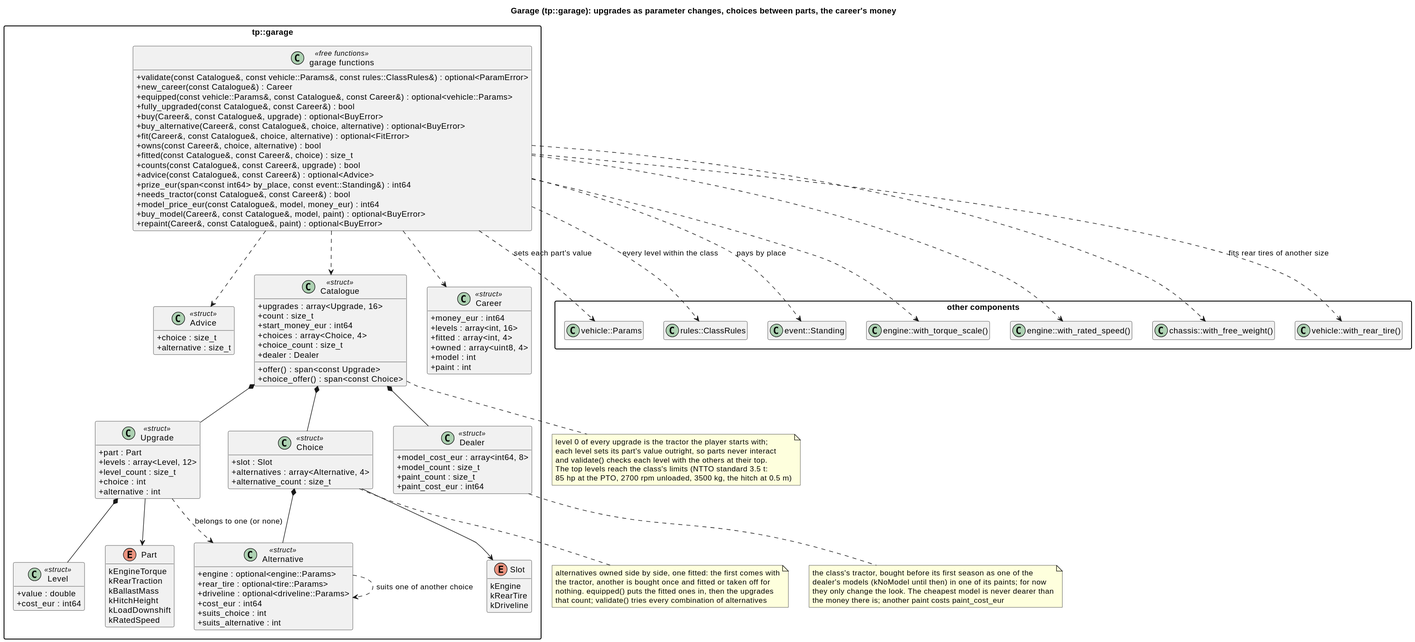
Above: docs/diagrams/svg/garage_classes.svg in wversteeg/TractorPulling (PlantUML), before the change. Source of this version:
```plantuml
@startuml
title Garage (tp::garage): upgrades as parameter changes, choices between parts, the career's money
hide empty members
skinparam packageStyle rectangle
skinparam classAttributeIconSize 0

package "other components" {
  class "vehicle::Params" as Tractor
  class "rules::ClassRules" as ClassRules
  class "event::Standing" as EventStanding
  class "engine::with_torque_scale()" as TorqueScale
  class "engine::with_rated_speed()" as RatedSpeed
  class "chassis::with_free_weight()" as BallastMass
  class "vehicle::with_rear_tire()" as RearTire
}

package "tp::garage" {
  enum Part {
    kEngineTorque
    kRearTraction
    kBallastMass
    kHitchHeight
    kLoadDownshift
    kRatedSpeed
  }
  class Level <<struct>> {
    +value : double
    +cost_eur : int64
  }
  class Upgrade <<struct>> {
    +part : Part
    +levels : array<Level, 12>
    +level_count : size_t
    +choice : int
    +alternative : int
  }
  enum Slot {
    kEngine
    kRearTire
    kDriveline
  }
  class Alternative <<struct>> {
    +engine : optional<engine::Params>
    +rear_tire : optional<tire::Params>
    +driveline : optional<driveline::Params>
    +cost_eur : int64
    +suits_choice : int
    +suits_alternative : int
  }
  class Advice <<struct>> {
    +choice : size_t
    +alternative : size_t
  }
  class Choice <<struct>> {
    +slot : Slot
    +alternatives : array<Alternative, 4>
    +alternative_count : size_t
  }
  class Dealer <<struct>> {
    +model_cost_eur : array<int64, 8>
    +model_count : size_t
    +paint_count : size_t
    +paint_cost_eur : int64
  }
  class Catalogue <<struct>> {
    +upgrades : array<Upgrade, 16>
    +count : size_t
    +start_money_eur : int64
    +choices : array<Choice, 4>
    +choice_count : size_t
    +dealer : Dealer
    +offer() : span<const Upgrade>
    +choice_offer() : span<const Choice>
  }
  class Career <<struct>> {
    +money_eur : int64
    +levels : array<int, 16>
    +fitted : array<int, 4>
    +owned : array<uint8, 4>
    +model : int
    +paint : int
  }
  class "garage functions" as GarageFns <<free functions>> {
    +validate(const Catalogue&, const vehicle::Params&, const rules::ClassRules&) : optional<ParamError>
    +new_career(const Catalogue&) : Career
    +equipped(const vehicle::Params&, const Catalogue&, const Career&) : optional<vehicle::Params>
    +fully_upgraded(const Catalogue&, const Career&) : bool
    +buy(Career&, const Catalogue&, upgrade) : optional<BuyError>
    +buy_alternative(Career&, const Catalogue&, choice, alternative) : optional<BuyError>
    +fit(Career&, const Catalogue&, choice, alternative) : optional<FitError>
    +owns(const Career&, choice, alternative) : bool
    +fitted(const Catalogue&, const Career&, choice) : size_t
    +counts(const Catalogue&, const Career&, upgrade) : bool
    +advice(const Catalogue&, const Career&) : optional<Advice>
    +prize_eur(span<const int64> by_place, const event::Standing&) : int64
    +needs_tractor(const Catalogue&, const Career&) : bool
    +model_price_eur(const Catalogue&, model, money_eur) : int64
    +buy_model(Career&, const Catalogue&, model, paint) : optional<BuyError>
    +repaint(Career&, const Catalogue&, paint) : optional<BuyError>
  }
  Catalogue *-- Upgrade
  Catalogue *-- Choice
  Catalogue *-- Dealer
  Choice *-- Alternative
  Choice --> Slot
  Upgrade *-- Level
  Upgrade --> Part
  Upgrade ..> Alternative : belongs to one (or none)
  Alternative ..> Alternative : suits one of another choice
  GarageFns ..> Advice
  GarageFns ..> Catalogue
  GarageFns ..> Career
}
GarageFns ..> Tractor : sets each part's value
GarageFns ..> ClassRules : every level within the class
GarageFns ..> EventStanding : pays by place
GarageFns ..> TorqueScale
GarageFns ..> RatedSpeed
GarageFns ..> BallastMass
GarageFns ..> RearTire : fits rear tires of another size
note bottom of Catalogue
  level 0 of every upgrade is the tractor the player starts with;
  each level sets its part's value outright, so parts never interact
  and validate() checks each level with the others at their top.
  The top levels reach the class's limits (NTTO standard 3.5 t:
  85 hp at the PTO, 2700 rpm unloaded, 3500 kg, the hitch at 0.5 m)
end note
note bottom of Dealer
  the class's tractor, bought before its first season as one of the
  dealer's models (kNoModel until then) in one of its paints; for now
  they only change the look. The cheapest model is never dearer than
  the money there is; another paint costs paint_cost_eur
end note
note bottom of Choice
  alternatives owned side by side, one fitted: the first comes with
  the tractor, another is bought once and fitted or taken off for
  nothing. equipped() puts the fitted ones in, then the upgrades
  that count; validate() tries every combination of alternatives
end note
@enduml
```
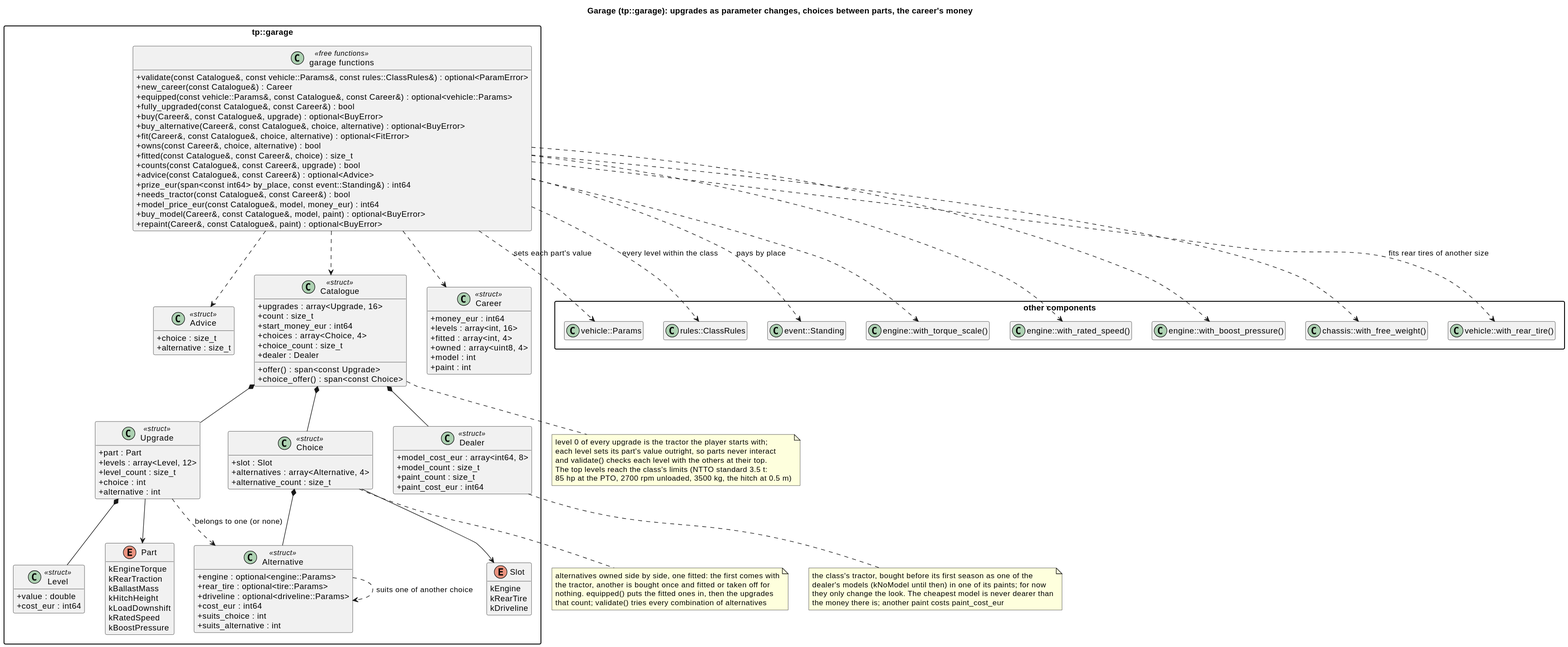
The same diagram one commit later.

What changed in the source:
```diff
@@ -10,6 +10,7 @@
   class "event::Standing" as EventStanding
   class "engine::with_torque_scale()" as TorqueScale
   class "engine::with_rated_speed()" as RatedSpeed
+  class "engine::with_boost_pressure()" as BoostPressure
   class "chassis::with_free_weight()" as BallastMass
   class "vehicle::with_rear_tire()" as RearTire
 }
@@ -22,6 +23,7 @@
     kHitchHeight
     kLoadDownshift
     kRatedSpeed
+    kBoostPressure
   }
   class Level <<struct>> {
     +value : double
@@ -116,6 +118,7 @@
 GarageFns ..> EventStanding : pays by place
 GarageFns ..> TorqueScale
 GarageFns ..> RatedSpeed
+GarageFns ..> BoostPressure
 GarageFns ..> BallastMass
 GarageFns ..> RearTire : fits rear tires of another size
 note bottom of Catalogue
```
